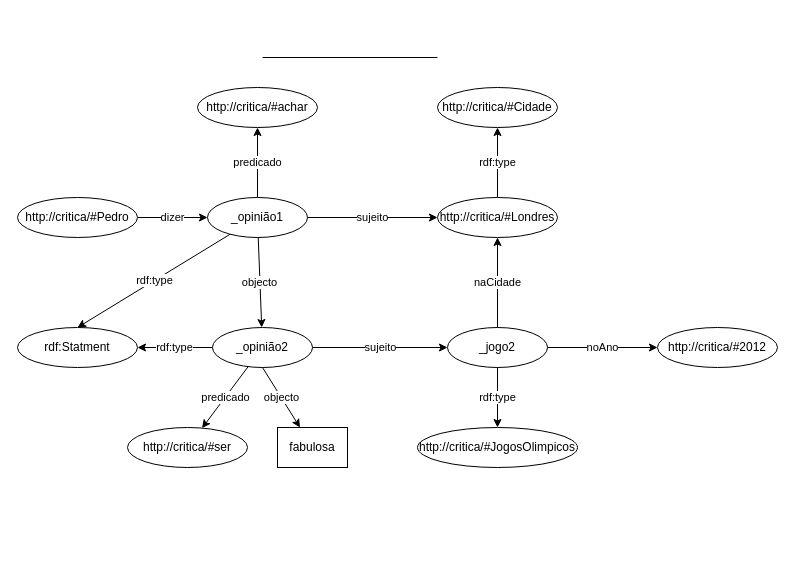
This is page "Page-2" (2 of 2) of trabalho-3/criticaGrafo.drawio from brunoss/ISEL-RPC, a draw.io file, before an edit. Source tidied: cells renumbered, new cells numbered last; positions are measured from the earlier drawing's top-left corner, leaving out a move shared by most shapes. Both pictures are drawn from the tidied source at 100%, with x=0, y=0 at pixel (17, 57).
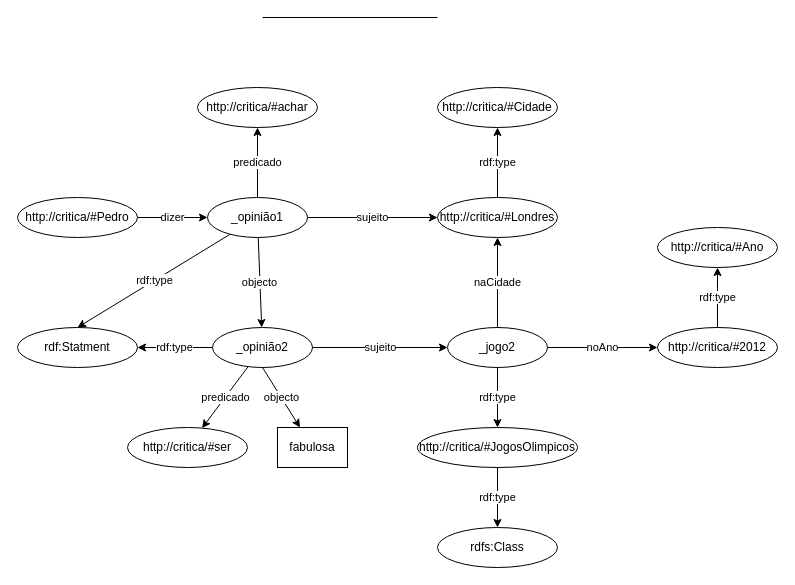
The same page after the edit.

Unchanged cells that the change refers to:
```xml
<mxCell id="22" value="http://critica/#2012" style="ellipse;whiteSpace=wrap;html=1;" parent="1" vertex="1">
  <mxGeometry x="640" y="270" width="120" height="40" as="geometry" />
</mxCell>
<mxCell id="25" value="http://critica/#JogosOlimpicos" style="ellipse;whiteSpace=wrap;html=1;" parent="1" vertex="1">
  <mxGeometry x="400" y="370" width="160" height="40" as="geometry" />
</mxCell>
```

What changed in the source:
```diff
@@
     <mxCell id="27" style="endArrow=none;html=1;" parent="1" edge="1">
       <mxGeometry relative="1" as="geometry">
-        <mxPoint x="245" as="sourcePoint" />
-        <mxPoint x="420" as="targetPoint" />
+        <mxPoint x="245" y="-40" as="sourcePoint" />
+        <mxPoint x="420" y="-40" as="targetPoint" />
       </mxGeometry>
     </mxCell>
+    <mxCell id="28" value="rdf:type" style="endArrow=classic;html=1;exitX=0.5;exitY=0;exitDx=0;exitDy=0;entryX=0.5;entryY=1;entryDx=0;entryDy=0;" parent="1" edge="1" source="22" target="29">
+      <mxGeometry relative="1" as="geometry" />
+    </mxCell>
+    <mxCell id="29" value="http://critica/#Ano" style="ellipse;whiteSpace=wrap;html=1;" parent="1" vertex="1">
+      <mxGeometry x="640" y="170" width="120" height="40" as="geometry" />
+    </mxCell>
+    <mxCell id="30" value="rdfs:Class" style="ellipse;whiteSpace=wrap;html=1;" parent="1" vertex="1">
+      <mxGeometry x="420" y="470" width="120" height="40" as="geometry" />
+    </mxCell>
+    <mxCell id="31" value="rdf:type" style="endArrow=classic;html=1;exitX=0.5;exitY=1;exitDx=0;exitDy=0;" parent="1" edge="1" source="25" target="30">
+      <mxGeometry relative="1" as="geometry" />
+    </mxCell>
```
